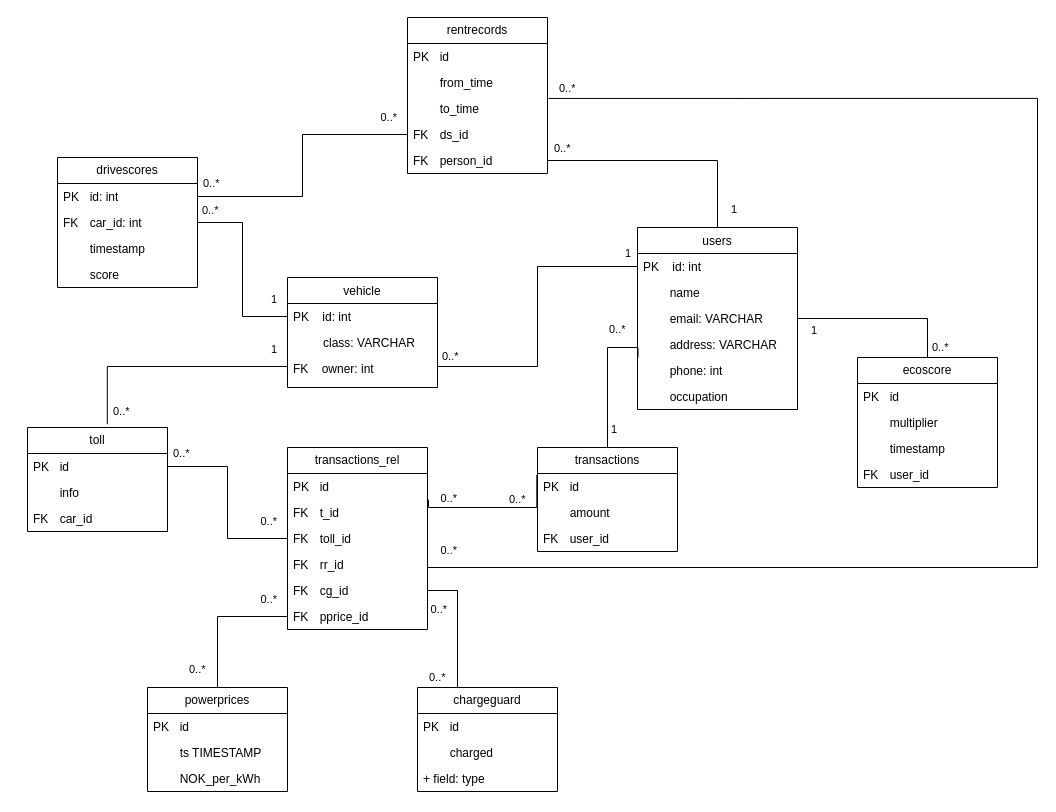
This is Project Information/Diagram/prosjektdb.drawio from ElektroMannen/Ingenior-prosjekt-1, a draw.io file, before an edit. Source tidied: cells renumbered, new cells numbered last; positions are measured from the earlier drawing's top-left corner, leaving out a move shared by most shapes. Both pictures are drawn from the tidied source at 100%, with x=0, y=0 at pixel (27, 17).
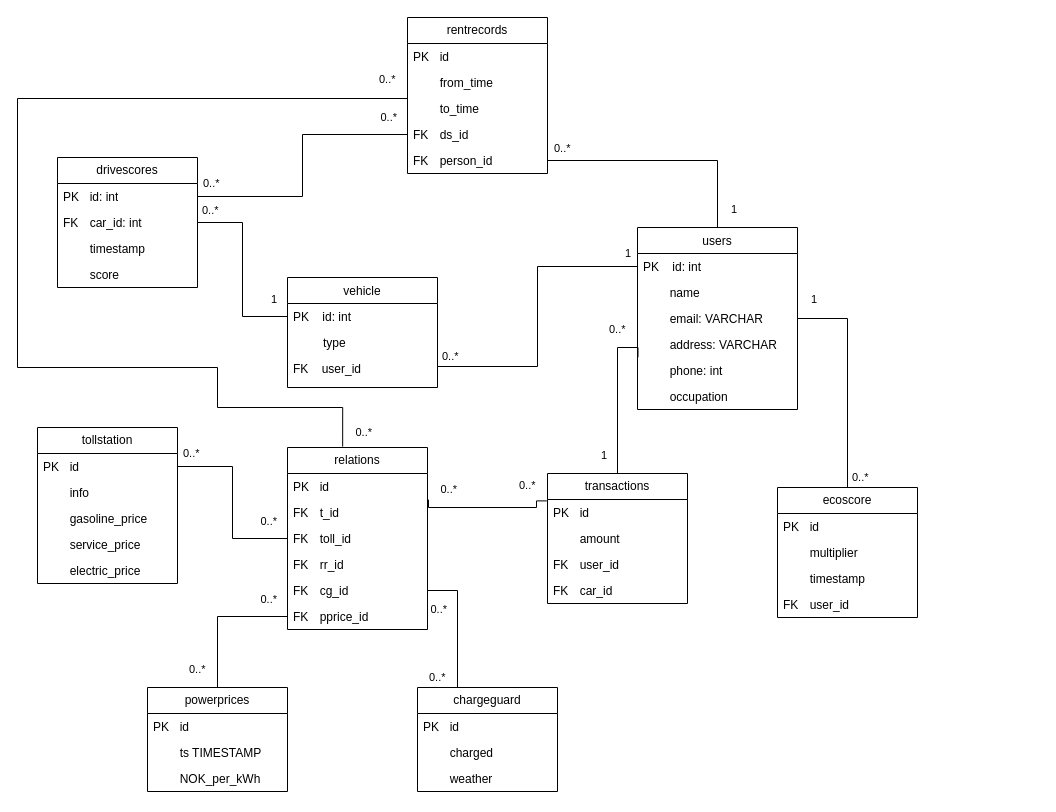
After the change.

The change refers to these unchanged cells:
```xml
<mxCell id="2" value="vehicle" style="swimlane;fontStyle=0;align=center;verticalAlign=top;horizontal=1;startSize=26;rounded=0;shadow=0;strokeWidth=1;" parent="1" vertex="1">
  <mxGeometry x="260" y="260" width="150" height="110" as="geometry" />
</mxCell>
<mxCell id="24" value="&lt;span style=&quot;white-space: pre;&quot;&gt;&#9;&lt;/span&gt;to_time" style="text;strokeColor=none;fillColor=none;align=left;verticalAlign=top;spacingLeft=4;spacingRight=4;overflow=hidden;points=[[0,0.5],[1,0.5]];portConstraint=eastwest;whiteSpace=wrap;html=1;" parent="21" vertex="1">
  <mxGeometry y="78" width="140" height="26" as="geometry" />
</mxCell>
<mxCell id="41" style="endArrow=none;html=1;edgeStyle=orthogonalEdgeStyle;rounded=0;exitX=0.5;exitY=0;exitDx=0;exitDy=0;entryX=1;entryY=0.5;entryDx=0;entryDy=0;" parent="1" edge="1" source="27" target="9">
  <mxGeometry relative="1" as="geometry" />
</mxCell>
<mxCell id="48" value="chargeguard" style="swimlane;fontStyle=0;horizontal=1;startSize=26;fillColor=none;whiteSpace=wrap;html=1;" parent="1" vertex="1">
  <mxGeometry x="390" y="670" width="140" height="104" as="geometry" />
</mxCell>
<mxCell id="64" value="FK&lt;span style=&quot;white-space: pre;&quot;&gt;&#9;&lt;/span&gt;rr_id" style="text;strokeColor=none;fillColor=none;align=left;verticalAlign=top;spacingLeft=4;spacingRight=4;overflow=hidden;points=[[0,0.5],[1,0.5]];portConstraint=eastwest;whiteSpace=wrap;html=1;" parent="60" vertex="1">
  <mxGeometry y="104" width="140" height="26" as="geometry" />
</mxCell>
<mxCell id="70" style="endArrow=none;html=1;edgeStyle=orthogonalEdgeStyle;rounded=0;entryX=0.5;entryY=0;entryDx=0;entryDy=0;exitX=0.003;exitY=-0.009;exitDx=0;exitDy=0;exitPerimeter=0;" parent="1" edge="1" source="11" target="56">
  <mxGeometry relative="1" as="geometry" />
</mxCell>
<mxCell id="85" style="endArrow=none;html=1;edgeStyle=orthogonalEdgeStyle;rounded=0;exitX=-0.005;exitY=0.054;exitDx=0;exitDy=0;entryX=1.007;entryY=0.005;entryDx=0;entryDy=0;entryPerimeter=0;exitPerimeter=0;" parent="1" edge="1" source="57" target="62">
  <mxGeometry relative="1" as="geometry">
    <Array as="points">
      <mxPoint x="509" y="490" />
      <mxPoint x="401" y="490" />
    </Array>
  </mxGeometry>
</mxCell>
```

Change to the diagram source:
```diff
@@
-    <mxCell id="4" value="         class: VARCHAR" style="text;align=left;verticalAlign=top;spacingLeft=4;spacingRight=4;overflow=hidden;rounded=0;shadow=0;html=0;" parent="2" vertex="1">
+    <mxCell id="4" value="         type" style="text;align=left;verticalAlign=top;spacingLeft=4;spacingRight=4;overflow=hidden;rounded=0;shadow=0;html=0;" parent="2" vertex="1">
       <mxGeometry y="52" width="150" height="26" as="geometry" />
     </mxCell>
-    <mxCell id="5" value="FK    owner: int" style="text;align=left;verticalAlign=top;spacingLeft=4;spacingRight=4;overflow=hidden;points=[[0,0.5],[1,0.5]];portConstraint=eastwest;rounded=0;shadow=0;html=0;" parent="2" vertex="1">
+    <mxCell id="5" value="FK    user_id" style="text;align=left;verticalAlign=top;spacingLeft=4;spacingRight=4;overflow=hidden;points=[[0,0.5],[1,0.5]];portConstraint=eastwest;rounded=0;shadow=0;html=0;" parent="2" vertex="1">
       <mxGeometry y="78" width="150" height="22" as="geometry" />
     </mxCell>
@@
     <mxCell id="27" value="ecoscore" style="swimlane;fontStyle=0;horizontal=1;startSize=26;fillColor=none;whiteSpace=wrap;html=1;" parent="1" vertex="1">
-      <mxGeometry x="830" y="340" width="140" height="130" as="geometry" />
+      <mxGeometry x="750" y="470" width="140" height="130" as="geometry" />
     </mxCell>
@@
     <mxCell id="43" value="1" style="edgeLabel;html=1;align=right;verticalAlign=bottom;" parent="41" vertex="1">
       <mxGeometry x="1" relative="1" as="geometry">
-        <mxPoint x="20" y="20" as="offset" />
+        <mxPoint x="20" y="-11" as="offset" />
       </mxGeometry>
     </mxCell>
-    <mxCell id="44" value="toll" style="swimlane;fontStyle=0;horizontal=1;startSize=26;fillColor=none;whiteSpace=wrap;html=1;" parent="1" vertex="1">
-      <mxGeometry y="410" width="140" height="104" as="geometry" />
+    <mxCell id="44" value="tollstation" style="swimlane;fontStyle=0;horizontal=1;startSize=26;fillColor=none;whiteSpace=wrap;html=1;" parent="1" vertex="1">
+      <mxGeometry x="10" y="410" width="140" height="156" as="geometry" />
     </mxCell>
@@
-    <mxCell id="47" value="FK&lt;span style=&quot;white-space: pre;&quot;&gt;&#9;&lt;/span&gt;car_id" style="text;strokeColor=none;fillColor=none;align=left;verticalAlign=top;spacingLeft=4;spacingRight=4;overflow=hidden;whiteSpace=wrap;html=1;" parent="44" vertex="1">
-      <mxGeometry y="78" width="140" height="26" as="geometry" />
-    </mxCell>
+    <mxCell id="88" value="&lt;span style=&quot;white-space: pre;&quot;&gt;&#9;&lt;/span&gt;gasoline_price" style="text;strokeColor=none;fillColor=none;align=left;verticalAlign=top;spacingLeft=4;spacingRight=4;overflow=hidden;whiteSpace=wrap;html=1;" parent="44" vertex="1">
+      <mxGeometry y="78" width="140" height="26" as="geometry" />
+    </mxCell>
+    <mxCell id="89" value="&lt;span style=&quot;white-space: pre;&quot;&gt;&#9;&lt;/span&gt;service_price" style="text;strokeColor=none;fillColor=none;align=left;verticalAlign=top;spacingLeft=4;spacingRight=4;overflow=hidden;whiteSpace=wrap;html=1;" parent="44" vertex="1">
+      <mxGeometry y="104" width="140" height="26" as="geometry" />
+    </mxCell>
+    <mxCell id="90" value="&lt;span style=&quot;white-space: pre;&quot;&gt;&#9;&lt;/span&gt;electric_price" style="text;strokeColor=none;fillColor=none;align=left;verticalAlign=top;spacingLeft=4;spacingRight=4;overflow=hidden;whiteSpace=wrap;html=1;" parent="44" vertex="1">
+      <mxGeometry y="130" width="140" height="26" as="geometry" />
+    </mxCell>
@@
-    <mxCell id="51" value="+ field: type" style="text;strokeColor=none;fillColor=none;align=left;verticalAlign=top;spacingLeft=4;spacingRight=4;overflow=hidden;whiteSpace=wrap;html=1;" parent="48" vertex="1">
+    <mxCell id="51" value="&lt;span style=&quot;white-space: pre;&quot;&gt;&#9;&lt;/span&gt;weather" style="text;strokeColor=none;fillColor=none;align=left;verticalAlign=top;spacingLeft=4;spacingRight=4;overflow=hidden;whiteSpace=wrap;html=1;" parent="48" vertex="1">
       <mxGeometry y="78" width="140" height="26" as="geometry" />
     </mxCell>
@@
     <mxCell id="56" value="transactions" style="swimlane;fontStyle=0;horizontal=1;startSize=26;fillColor=none;whiteSpace=wrap;html=1;" parent="1" vertex="1">
-      <mxGeometry x="510" y="430" width="140" height="104" as="geometry" />
+      <mxGeometry x="520" y="456" width="140" height="130" as="geometry" />
     </mxCell>
@@
+    <mxCell id="47" value="FK&lt;span style=&quot;white-space: pre;&quot;&gt;&#9;&lt;/span&gt;car_id" style="text;strokeColor=none;fillColor=none;align=left;verticalAlign=top;spacingLeft=4;spacingRight=4;overflow=hidden;whiteSpace=wrap;html=1;" parent="56" vertex="1">
+      <mxGeometry y="104" width="140" height="26" as="geometry" />
+    </mxCell>
-    <mxCell id="60" value="transactions&lt;span style=&quot;background-color: initial;&quot;&gt;_rel&lt;/span&gt;" style="swimlane;fontStyle=0;horizontal=1;startSize=26;fillColor=none;whiteSpace=wrap;html=1;" parent="1" vertex="1">
+    <mxCell id="60" value="&lt;div&gt;&lt;span style=&quot;background-color: initial;&quot;&gt;relations&lt;/span&gt;&lt;br&gt;&lt;/div&gt;" style="swimlane;fontStyle=0;horizontal=1;startSize=26;fillColor=none;whiteSpace=wrap;html=1;" parent="1" vertex="1">
       <mxGeometry x="260" y="430" width="140" height="182" as="geometry" />
     </mxCell>
@@
     <mxCell id="72" value="1" style="edgeLabel;html=1;align=right;verticalAlign=bottom;" parent="70" vertex="1">
       <mxGeometry x="1" relative="1" as="geometry">
-        <mxPoint x="10" y="-10" as="offset" />
+        <mxPoint x="-10" y="-10" as="offset" />
       </mxGeometry>
     </mxCell>
-    <mxCell id="73" style="endArrow=none;html=1;edgeStyle=orthogonalEdgeStyle;rounded=0;entryX=1;entryY=0.5;entryDx=0;entryDy=0;exitX=1.007;exitY=0.113;exitDx=0;exitDy=0;exitPerimeter=0;" parent="1" edge="1" source="24" target="64">
+    <mxCell id="73" style="endArrow=none;html=1;edgeStyle=orthogonalEdgeStyle;rounded=0;exitX=0;exitY=0.5;exitDx=0;exitDy=0;entryX=0.394;entryY=-0.005;entryDx=0;entryDy=0;entryPerimeter=0;" parent="1" edge="1" source="24" target="60">
       <mxGeometry relative="1" as="geometry">
         <Array as="points">
-          <mxPoint x="1010" y="81" />
-          <mxPoint x="1010" y="550" />
-          <mxPoint x="400" y="550" />
+          <mxPoint x="380" y="81" />
+          <mxPoint x="-10" y="81" />
+          <mxPoint x="-10" y="350" />
+          <mxPoint x="190" y="350" />
+          <mxPoint x="190" y="390" />
+          <mxPoint x="315" y="390" />
         </Array>
       </mxGeometry>
     </mxCell>
     <mxCell id="74" value="0..*" style="edgeLabel;html=1;align=left;verticalAlign=bottom;" parent="73" vertex="1">
       <mxGeometry x="-1" relative="1" as="geometry">
-        <mxPoint x="9" y="-2" as="offset" />
+        <mxPoint x="-30" y="-21" as="offset" />
       </mxGeometry>
     </mxCell>
@@
-    <mxCell id="82" style="endArrow=none;html=1;edgeStyle=orthogonalEdgeStyle;rounded=0;exitX=0.57;exitY=-0.031;exitDx=0;exitDy=0;curved=0;startArrow=none;startFill=0;endFill=0;exitPerimeter=0;" parent="1" edge="1" source="44" target="5">
-      <mxGeometry relative="1" as="geometry" />
-    </mxCell>
-    <mxCell id="83" value="0..*" style="edgeLabel;html=1;align=left;verticalAlign=bottom;" parent="82" vertex="1">
-      <mxGeometry x="-1" relative="1" as="geometry">
-        <mxPoint x="4" y="-5" as="offset" />
-      </mxGeometry>
-    </mxCell>
-    <mxCell id="84" value="1" style="edgeLabel;html=1;align=right;verticalAlign=bottom;" parent="82" vertex="1">
-      <mxGeometry x="1" relative="1" as="geometry">
-        <mxPoint x="-10" y="-9" as="offset" />
-      </mxGeometry>
-    </mxCell>
@@
     <mxCell id="86" value="0..*" style="edgeLabel;html=1;align=left;verticalAlign=bottom;" parent="85" vertex="1">
       <mxGeometry x="-1" relative="1" as="geometry">
-        <mxPoint x="-29" y="33" as="offset" />
+        <mxPoint x="-29" y="-7" as="offset" />
       </mxGeometry>
     </mxCell>
     <mxCell id="87" value="0..*" style="edgeLabel;html=1;align=right;verticalAlign=bottom;" parent="85" vertex="1">
       <mxGeometry x="1" relative="1" as="geometry">
-        <mxPoint x="29" y="7" as="offset" />
+        <mxPoint x="29" y="-2" as="offset" />
       </mxGeometry>
     </mxCell>
```
